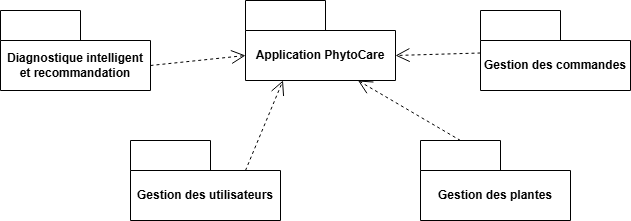
Before: images/modules.drawio.png, a diagram exported from draw.io (salmatounsi/pfa2-report). Source tidied: cells renumbered, new cells last; positions are measured from the earlier drawing's top-left corner, leaving out a move shared by most shapes.
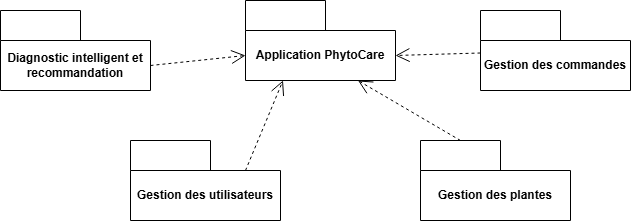
The same file after the commit.

What changed in the source:
```diff
@@ -5,7 +5,7 @@
     <mxCell id="2" value="Application PhytoCare" style="shape=folder;fontStyle=1;tabWidth=80;tabHeight=30;tabPosition=left;html=1;boundedLbl=1;whiteSpace=wrap;" parent="1" vertex="1">
       <mxGeometry x="245" width="150" height="80" as="geometry" />
     </mxCell>
-    <mxCell id="3" value="Diagnostique intelligent et recommandation&lt;span style=&quot;color: rgba(0, 0, 0, 0); font-family: monospace; font-size: 0px; font-weight: 400; text-align: start; text-wrap-mode: nowrap;&quot;&gt;%3CmxGraphModel%3E%3Croot%3E%3CmxCell%20id%3D%220%22%2F%3E%3CmxCell%20id%3D%221%22%20parent%3D%220%22%2F%3E%3CmxCell%20id%3D%222%22%20parent%3D%221%22%20style%3D%22shape%3Dfolder%3BfontStyle%3D1%3BtabWidth%3D80%3BtabHeight%3D30%3BtabPosition%3Dleft%3Bhtml%3D1%3BboundedLbl%3D1%3BwhiteSpace%3Dwrap%3B%22%20value%3D%22Application%20PhytoCare%22%20vertex%3D%221%22%3E%3CmxGeometry%20height%3D%2280%22%20width%3D%22150%22%20x%3D%22425%22%20y%3D%22380%22%20as%3D%22geometry%22%2F%3E%3C%2FmxCell%3E%3C%2Froot%3E%3C%2FmxGraphModel%3E&lt;/span&gt;&lt;span style=&quot;color: rgba(0, 0, 0, 0); font-family: monospace; font-size: 0px; font-weight: 400; text-align: start; text-wrap-mode: nowrap;&quot;&gt;%3CmxGraphModel%3E%3Croot%3E%3CmxCell%20id%3D%220%22%2F%3E%3CmxCell%20id%3D%221%22%20parent%3D%220%22%2F%3E%3CmxCell%20id%3D%222%22%20parent%3D%221%22%20style%3D%22shape%3Dfolder%3BfontStyle%3D1%3BtabWidth%3D80%3BtabHeight%3D30%3BtabPosition%3Dleft%3Bhtml%3D1%3BboundedLbl%3D1%3BwhiteSpace%3Dwrap%3B%22%20value%3D%22Application%20PhytoCare%22%20vertex%3D%221%22%3E%3CmxGeometry%20height%3D%2280%22%20width%3D%22150%22%20x%3D%22425%22%20y%3D%22380%22%20as%3D%22geometry%22%2F%3E%3C%2FmxCell%3E%3C%2Froot%3E%3C%2FmxGraphModel%3E&lt;/span&gt;&lt;span style=&quot;color: rgba(0, 0, 0, 0); font-family: monospace; font-size: 0px; font-weight: 400; text-align: start; text-wrap-mode: nowrap;&quot;&gt;%3CmxGraphModel%3E%3Croot%3E%3CmxCell%20id%3D%220%22%2F%3E%3CmxCell%20id%3D%221%22%20parent%3D%220%22%2F%3E%3CmxCell%20id%3D%222%22%20parent%3D%221%22%20style%3D%22shape%3Dfolder%3BfontStyle%3D1%3BtabWidth%3D80%3BtabHeight%3D30%3BtabPosition%3Dleft%3Bhtml%3D1%3BboundedLbl%3D1%3BwhiteSpace%3Dwrap%3B%22%20value%3D%22Application%20PhytoCare%22%20vertex%3D%221%22%3E%3CmxGeometry%20height%3D%2280%22%20width%3D%22150%22%20x%3D%22425%22%20y%3D%22380%22%20as%3D%22geometry%22%2F%3E%3C%2FmxCell%3E%3C%2Froot%3E%3C%2FmxGraphModel%3E&lt;/span&gt;" style="shape=folder;fontStyle=1;tabWidth=80;tabHeight=30;tabPosition=left;html=1;boundedLbl=1;whiteSpace=wrap;" parent="1" vertex="1">
+    <mxCell id="3" value="Diagnostic intelligent et recommandation&lt;span style=&quot;color: rgba(0, 0, 0, 0); font-family: monospace; font-size: 0px; font-weight: 400; text-align: start; text-wrap-mode: nowrap;&quot;&gt;%3CmxGraphModel%3E%3Croot%3E%3CmxCell%20id%3D%220%22%2F%3E%3CmxCell%20id%3D%221%22%20parent%3D%220%22%2F%3E%3CmxCell%20id%3D%222%22%20parent%3D%221%22%20style%3D%22shape%3Dfolder%3BfontStyle%3D1%3BtabWidth%3D80%3BtabHeight%3D30%3BtabPosition%3Dleft%3Bhtml%3D1%3BboundedLbl%3D1%3BwhiteSpace%3Dwrap%3B%22%20value%3D%22Application%20PhytoCare%22%20vertex%3D%221%22%3E%3CmxGeometry%20height%3D%2280%22%20width%3D%22150%22%20x%3D%22425%22%20y%3D%22380%22%20as%3D%22geometry%22%2F%3E%3C%2FmxCell%3E%3C%2Froot%3E%3C%2FmxGraphModel%3E&lt;/span&gt;&lt;span style=&quot;color: rgba(0, 0, 0, 0); font-family: monospace; font-size: 0px; font-weight: 400; text-align: start; text-wrap-mode: nowrap;&quot;&gt;%3CmxGraphModel%3E%3Croot%3E%3CmxCell%20id%3D%220%22%2F%3E%3CmxCell%20id%3D%221%22%20parent%3D%220%22%2F%3E%3CmxCell%20id%3D%222%22%20parent%3D%221%22%20style%3D%22shape%3Dfolder%3BfontStyle%3D1%3BtabWidth%3D80%3BtabHeight%3D30%3BtabPosition%3Dleft%3Bhtml%3D1%3BboundedLbl%3D1%3BwhiteSpace%3Dwrap%3B%22%20value%3D%22Application%20PhytoCare%22%20vertex%3D%221%22%3E%3CmxGeometry%20height%3D%2280%22%20width%3D%22150%22%20x%3D%22425%22%20y%3D%22380%22%20as%3D%22geometry%22%2F%3E%3C%2FmxCell%3E%3C%2Froot%3E%3C%2FmxGraphModel%3E&lt;/span&gt;&lt;span style=&quot;color: rgba(0, 0, 0, 0); font-family: monospace; font-size: 0px; font-weight: 400; text-align: start; text-wrap-mode: nowrap;&quot;&gt;%3CmxGraphModel%3E%3Croot%3E%3CmxCell%20id%3D%220%22%2F%3E%3CmxCell%20id%3D%221%22%20parent%3D%220%22%2F%3E%3CmxCell%20id%3D%222%22%20parent%3D%221%22%20style%3D%22shape%3Dfolder%3BfontStyle%3D1%3BtabWidth%3D80%3BtabHeight%3D30%3BtabPosition%3Dleft%3Bhtml%3D1%3BboundedLbl%3D1%3BwhiteSpace%3Dwrap%3B%22%20value%3D%22Application%20PhytoCare%22%20vertex%3D%221%22%3E%3CmxGeometry%20height%3D%2280%22%20width%3D%22150%22%20x%3D%22425%22%20y%3D%22380%22%20as%3D%22geometry%22%2F%3E%3C%2FmxCell%3E%3C%2Froot%3E%3C%2FmxGraphModel%3E&lt;/span&gt;" style="shape=folder;fontStyle=1;tabWidth=80;tabHeight=30;tabPosition=left;html=1;boundedLbl=1;whiteSpace=wrap;" parent="1" vertex="1">
       <mxGeometry y="10" width="150" height="80" as="geometry" />
     </mxCell>
     <mxCell id="4" value="Gestion des commandes" style="shape=folder;fontStyle=1;tabWidth=80;tabHeight=30;tabPosition=left;html=1;boundedLbl=1;whiteSpace=wrap;" parent="1" vertex="1">
```
